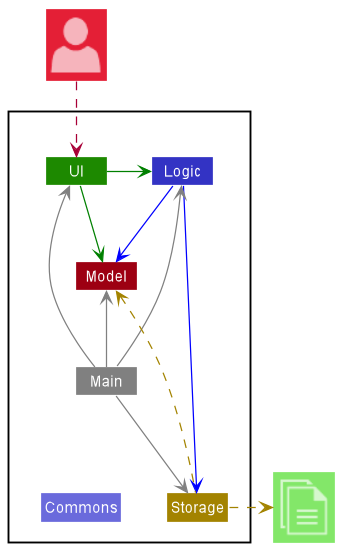
nus-cs2103-AY2223S2/tp keeps this PlantUML diagram as docs/images/ArchitectureDiagram.png. Above is the earlier version.
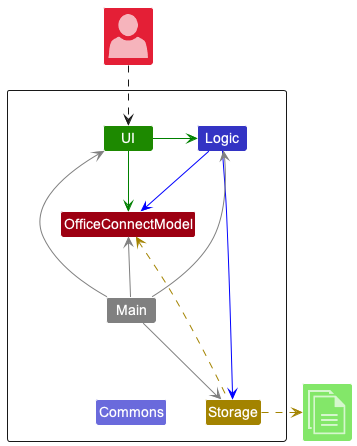
Later version of the same file.

Diff of the diagram source:
```diff
@@ -8,7 +8,7 @@
     Class UI UI_COLOR
     Class Logic LOGIC_COLOR
     Class Storage STORAGE_COLOR
-    Class Model MODEL_COLOR
+    Class OfficeConnectModel MODEL_COLOR
     Class Main #grey
     Class Commons LOGIC_COLOR_T2
 }
@@ -18,16 +18,16 @@
 
 
 UI -[#green]> Logic
-UI -right[#green]-> Model
+UI -right[#green]-> OfficeConnectModel
 Logic -[#blue]-> Storage
-Logic -down[#blue]-> Model
+Logic -down[#blue]-> OfficeConnectModel
 Main -[#grey]-> UI
 Main -[#grey]-> Logic
 Main -[#grey]-> Storage
-Main -up[#grey]-> Model
+Main -up[#grey]-> OfficeConnectModel
 Main -down[hidden]-> Commons
 
-Storage -up[STORAGE_COLOR].> Model
+Storage -up[STORAGE_COLOR].> OfficeConnectModel
 Storage .right[STORAGE_COLOR].>File
 User ..> UI
 @enduml
```
